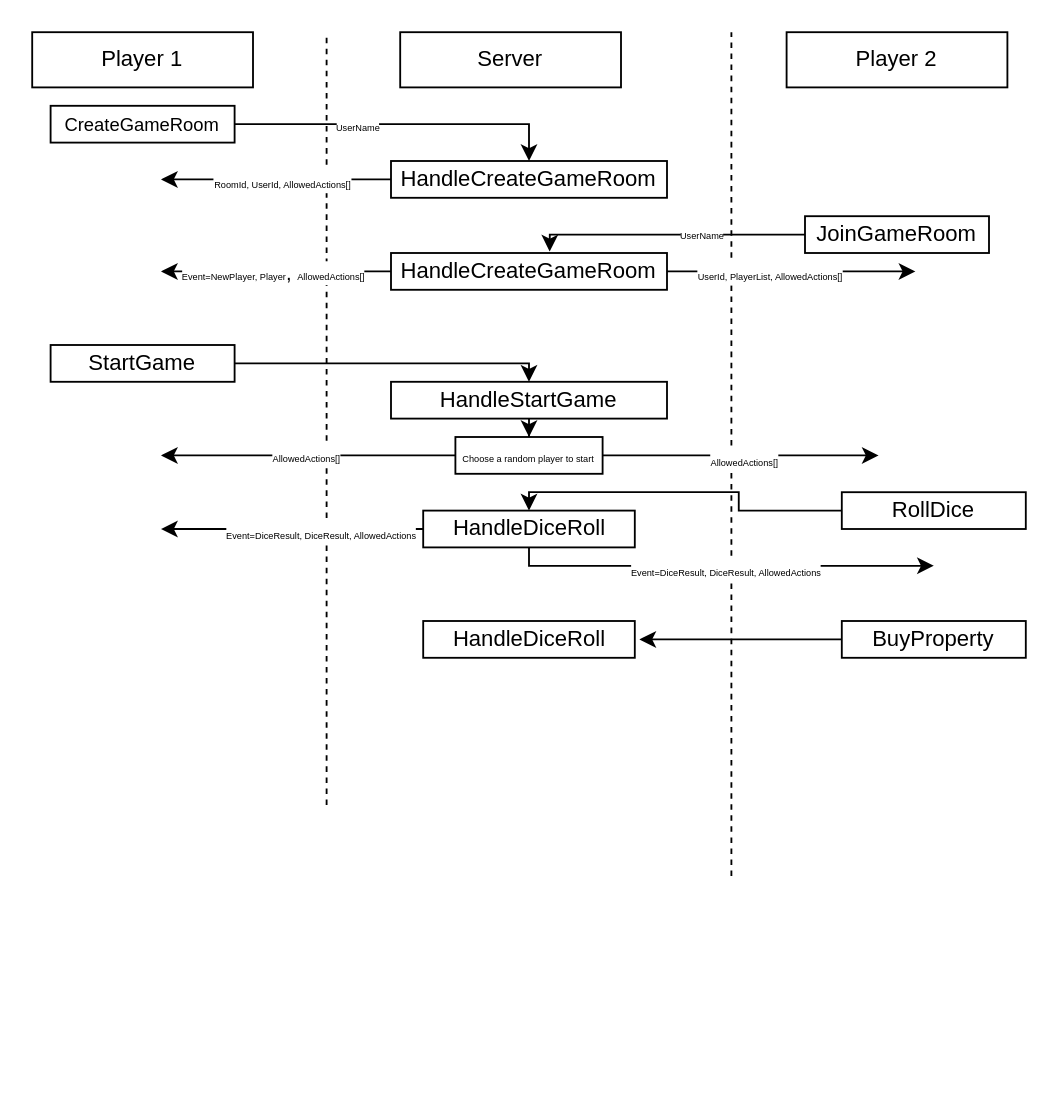
Schickli/moguly keeps this draw.io diagram as moguly-architecture.drawio. Above is the earlier version. Source tidied: cells renumbered, new cells numbered last; positions are measured from the earlier drawing's top-left corner, leaving out a move shared by most shapes. Both pictures are drawn from the tidied source at 184%, with x=0, y=0 at pixel (31, 31).
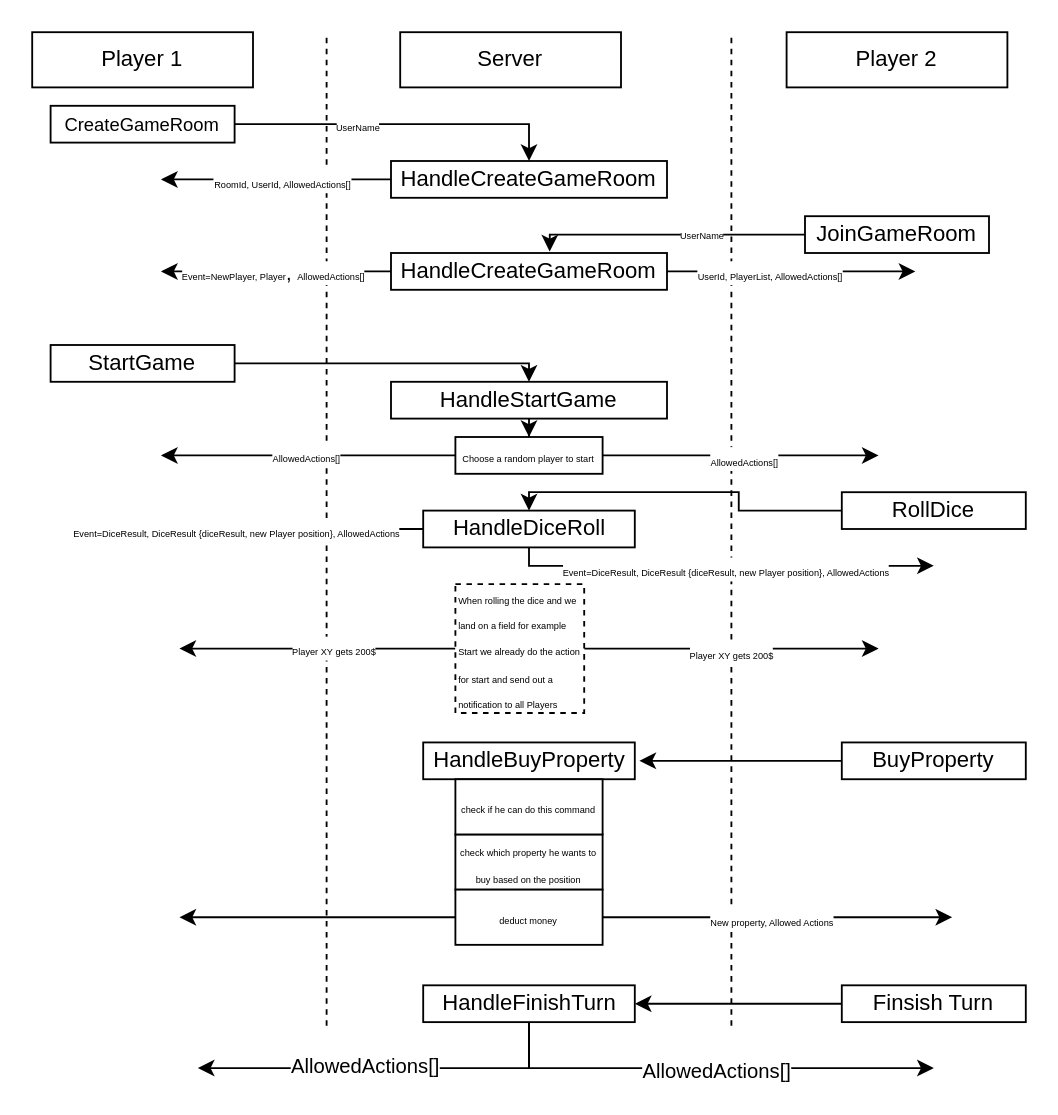
The same diagram, later.

The change refers to these unchanged cells:
```xml
<mxCell id="32" style="edgeStyle=orthogonalEdgeStyle;rounded=0;jettySize=auto;html=1;" parent="1" edge="1" source="36">
  <mxGeometry relative="1" as="geometry">
    <mxPoint x="490" y="290" as="targetPoint" />
    <Array as="points">
      <mxPoint x="270" y="290" />
    </Array>
  </mxGeometry>
</mxCell>
<mxCell id="34" style="edgeStyle=orthogonalEdgeStyle;rounded=0;jettySize=auto;html=1;" parent="1" edge="1" source="36">
  <mxGeometry relative="1" as="geometry">
    <mxPoint x="70" y="270" as="targetPoint" />
  </mxGeometry>
</mxCell>
```

The edit, as a diff of the source:
```diff
@@
     <mxCell id="3" style="endArrow=none;dashed=1;html=1;rounded=0;" parent="1" edge="1">
       <mxGeometry relative="1" as="geometry">
-        <mxPoint x="160" y="420" as="sourcePoint" />
+        <mxPoint x="160" y="540" as="sourcePoint" />
         <mxPoint x="160" as="targetPoint" />
       </mxGeometry>
     </mxCell>
@@
     <mxCell id="9" style="endArrow=none;dashed=1;html=1;rounded=0;" parent="1" edge="1">
       <mxGeometry relative="1" as="geometry">
-        <mxPoint x="380" y="458.6" as="sourcePoint" />
+        <mxPoint x="380" y="540" as="sourcePoint" />
         <mxPoint x="380" as="targetPoint" />
       </mxGeometry>
     </mxCell>
@@
-    <mxCell id="33" value="&lt;font style=&quot;font-size: 5px;&quot;&gt;Event=DiceResult, DiceResult, AllowedActions&lt;/font&gt;" style="edgeLabel;html=1;align=center;verticalAlign=middle;" parent="32" vertex="1">
+    <mxCell id="33" value="&lt;font style=&quot;font-size: 5px;&quot;&gt;Event=DiceResult, DiceResult {diceResult, new Player position}, AllowedActions&lt;/font&gt;" style="edgeLabel;html=1;align=center;verticalAlign=middle;" parent="32" vertex="1">
       <mxGeometry x="0.01" y="-1" relative="1" as="geometry" />
     </mxCell>
@@
-    <mxCell id="35" value="&lt;font style=&quot;font-size: 5px;&quot;&gt;Event=DiceResult, DiceResult, AllowedActions&lt;/font&gt;" style="edgeLabel;html=1;align=center;verticalAlign=middle;" parent="34" vertex="1">
-      <mxGeometry x="-0.21" y="1" relative="1" as="geometry" />
+    <mxCell id="35" value="&lt;font style=&quot;font-size: 5px;&quot;&gt;Event=DiceResult, DiceResult {diceResult, new Player position}, AllowedActions&lt;/font&gt;" style="edgeLabel;html=1;align=center;verticalAlign=middle;" parent="34" vertex="1">
+      <mxGeometry x="-0.21" y="1" relative="1" as="geometry">
+        <mxPoint x="-46" y="-1" as="offset" />
+      </mxGeometry>
     </mxCell>
@@
     <mxCell id="37" style="edgeStyle=orthogonalEdgeStyle;rounded=0;jettySize=auto;html=1;" parent="1" edge="1" source="38">
       <mxGeometry relative="1" as="geometry">
-        <mxPoint x="330" y="330" as="targetPoint" />
+        <mxPoint x="330" y="396" as="targetPoint" />
       </mxGeometry>
     </mxCell>
     <mxCell id="38" value="BuyProperty" style="rounded=0;whiteSpace=wrap;html=1;" parent="1" vertex="1">
-      <mxGeometry x="440" y="320" width="100" height="20" as="geometry" />
+      <mxGeometry x="440" y="386" width="100" height="20" as="geometry" />
     </mxCell>
-    <mxCell id="39" value="HandleDiceRoll" style="rounded=0;whiteSpace=wrap;html=1;" parent="1" vertex="1">
-      <mxGeometry x="212.5" y="320" width="115" height="20" as="geometry" />
+    <mxCell id="39" value="HandleBuyProperty" style="rounded=0;whiteSpace=wrap;html=1;" parent="1" vertex="1">
+      <mxGeometry x="212.5" y="386" width="115" height="20" as="geometry" />
     </mxCell>
+    <mxCell id="40" value="&lt;font style=&quot;font-size: 5px;&quot;&gt;check which property he wants to buy based on the position&lt;/font&gt;" style="rounded=0;whiteSpace=wrap;html=1;" parent="1" vertex="1">
+      <mxGeometry x="230" y="436" width="80" height="30" as="geometry" />
+    </mxCell>
+    <mxCell id="41" value="&lt;font style=&quot;font-size: 5px;&quot;&gt;check if he can do this command&lt;/font&gt;" style="rounded=0;whiteSpace=wrap;html=1;" parent="1" vertex="1">
+      <mxGeometry x="230" y="406" width="80" height="30" as="geometry" />
+    </mxCell>
+    <mxCell id="42" style="edgeStyle=orthogonalEdgeStyle;rounded=0;jettySize=auto;html=1;" parent="1" edge="1" source="45">
+      <mxGeometry relative="1" as="geometry">
+        <mxPoint x="80" y="481" as="targetPoint" />
+      </mxGeometry>
+    </mxCell>
+    <mxCell id="43" style="edgeStyle=orthogonalEdgeStyle;rounded=0;jettySize=auto;html=1;" parent="1" edge="1" source="45">
+      <mxGeometry relative="1" as="geometry">
+        <mxPoint x="500" y="481" as="targetPoint" />
+      </mxGeometry>
+    </mxCell>
+    <mxCell id="44" value="&lt;font style=&quot;font-size: 5px;&quot;&gt;New property, Allowed Actions&lt;/font&gt;" style="edgeLabel;html=1;align=center;verticalAlign=middle;" parent="43" vertex="1">
+      <mxGeometry x="-0.04" relative="1" as="geometry" />
+    </mxCell>
+    <mxCell id="45" value="&lt;font style=&quot;font-size: 5px;&quot;&gt;deduct money&lt;/font&gt;" style="rounded=0;whiteSpace=wrap;html=1;" parent="1" vertex="1">
+      <mxGeometry x="230" y="466" width="80" height="30" as="geometry" />
+    </mxCell>
+    <mxCell id="46" style="edgeStyle=orthogonalEdgeStyle;rounded=0;jettySize=auto;html=1;entryX=1;entryY=0.5;entryDx=0;entryDy=0;" parent="1" edge="1" source="47" target="52">
+      <mxGeometry relative="1" as="geometry" />
+    </mxCell>
+    <mxCell id="47" value="Finsish Turn" style="rounded=0;whiteSpace=wrap;html=1;" parent="1" vertex="1">
+      <mxGeometry x="440" y="518" width="100" height="20" as="geometry" />
+    </mxCell>
+    <mxCell id="48" style="edgeStyle=orthogonalEdgeStyle;rounded=0;jettySize=auto;html=1;" parent="1" edge="1" source="52">
+      <mxGeometry relative="1" as="geometry">
+        <mxPoint x="490" y="563" as="targetPoint" />
+        <Array as="points">
+          <mxPoint x="270" y="563" />
+        </Array>
+      </mxGeometry>
+    </mxCell>
+    <mxCell id="49" value="AllowedActions[]" style="edgeLabel;html=1;align=center;verticalAlign=middle;" parent="48" vertex="1">
+      <mxGeometry x="0.1" y="-1" relative="1" as="geometry">
+        <mxPoint x="-9" as="offset" />
+      </mxGeometry>
+    </mxCell>
+    <mxCell id="50" style="edgeStyle=orthogonalEdgeStyle;rounded=0;jettySize=auto;html=1;" parent="1" edge="1" source="52">
+      <mxGeometry relative="1" as="geometry">
+        <mxPoint x="90" y="563" as="targetPoint" />
+        <Array as="points">
+          <mxPoint x="270" y="563" />
+        </Array>
+      </mxGeometry>
+    </mxCell>
+    <mxCell id="51" value="AllowedActions[]" style="edgeLabel;html=1;align=center;verticalAlign=middle;" parent="50" vertex="1">
+      <mxGeometry x="0.46" y="-2" relative="1" as="geometry">
+        <mxPoint x="35" as="offset" />
+      </mxGeometry>
+    </mxCell>
+    <mxCell id="52" value="HandleFinishTurn" style="rounded=0;whiteSpace=wrap;html=1;" parent="1" vertex="1">
+      <mxGeometry x="212.5" y="518" width="115" height="20" as="geometry" />
+    </mxCell>
+    <mxCell id="53" style="edgeStyle=orthogonalEdgeStyle;rounded=0;jettySize=auto;html=1;" parent="1" edge="1" source="57">
+      <mxGeometry relative="1" as="geometry">
+        <mxPoint x="80" y="335" as="targetPoint" />
+      </mxGeometry>
+    </mxCell>
+    <mxCell id="54" value="&lt;font style=&quot;font-size: 5px;&quot;&gt;Player XY gets 200$&lt;/font&gt;" style="edgeLabel;html=1;align=center;verticalAlign=middle;" parent="53" vertex="1">
+      <mxGeometry x="-0.11" y="-1" relative="1" as="geometry" />
+    </mxCell>
+    <mxCell id="55" style="edgeStyle=orthogonalEdgeStyle;rounded=0;jettySize=auto;html=1;" parent="1" edge="1" source="57">
+      <mxGeometry relative="1" as="geometry">
+        <mxPoint x="460" y="335" as="targetPoint" />
+      </mxGeometry>
+    </mxCell>
+    <mxCell id="56" value="&lt;font style=&quot;font-size: 5px;&quot;&gt;Player XY gets 200$&lt;/font&gt;" style="edgeLabel;html=1;align=center;verticalAlign=middle;" parent="55" vertex="1">
+      <mxGeometry x="-0.01" y="-1" relative="1" as="geometry" />
+    </mxCell>
+    <mxCell id="57" value="&lt;p align=&quot;left&quot;&gt;&lt;font style=&quot;font-size: 5px;&quot;&gt;When rolling the dice and we land on a field for example Start we already do the action for start and send out a notification to all Players&lt;/font&gt;&lt;/p&gt;" style="whiteSpace=wrap;html=1;dashed=1;align=left;" parent="1" vertex="1">
+      <mxGeometry x="230" y="300" width="70" height="70" as="geometry" />
+    </mxCell>
```
